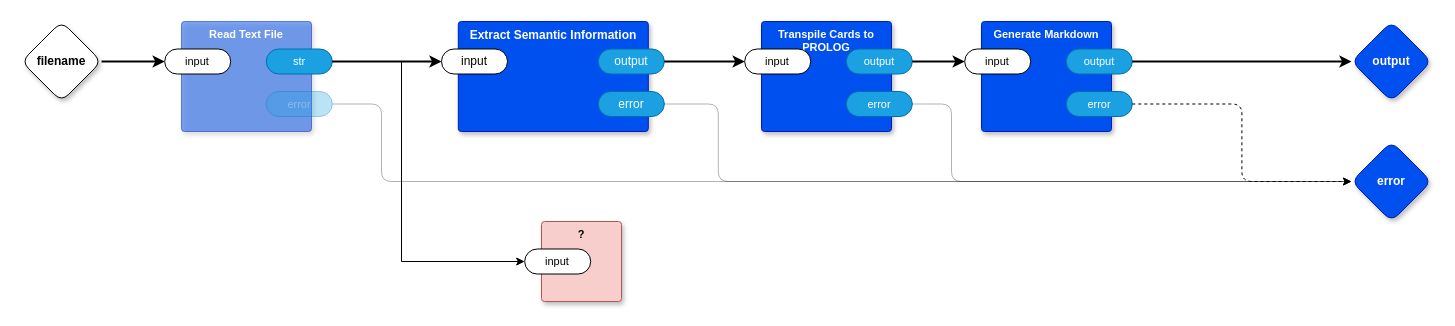
This is page "main" (1 of 11) of top.drawio from guitarvydas/kinopio2md, a draw.io file, before an edit. Source tidied: cells renumbered, new cells numbered last; positions are measured from the earlier drawing's top-left corner, leaving out a move shared by most shapes. Both pictures are drawn from the tidied source at 100%, with x=0, y=0 at pixel (21, 21).
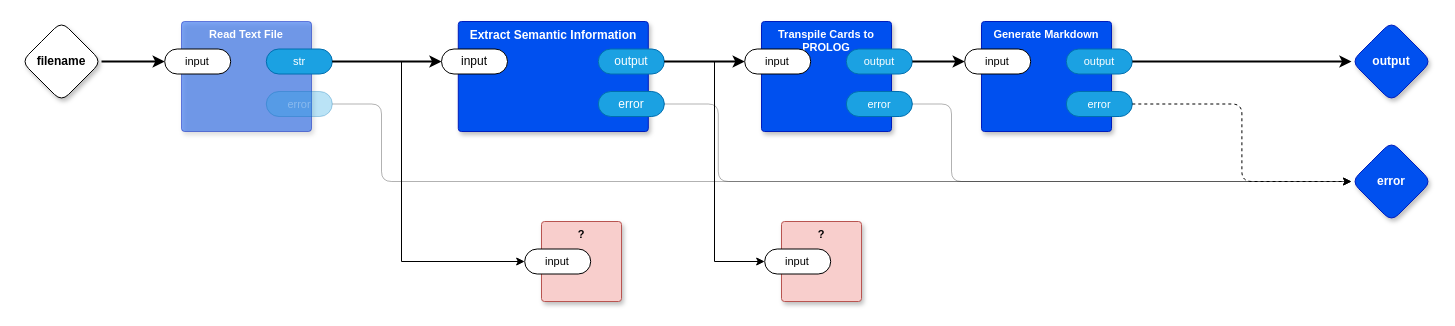
The same page after the edit.

The change refers to these unchanged cells:
```xml
<mxCell id="8" value="output" style="rounded=1;whiteSpace=wrap;html=1;sketch=0;points=[[0,0.5,0,0,0],[1,0.5,0,0,0]];fillColor=#1ba1e2;fontColor=#ffffff;strokeColor=#006EAF;arcSize=50;" parent="5" vertex="1">
  <mxGeometry x="140" y="27.5" width="66" height="25" as="geometry" />
</mxCell>
```

What changed in the source:
```diff
@@
+    <mxCell id="33" value="?" style="rounded=1;whiteSpace=wrap;html=1;sketch=0;verticalAlign=top;arcSize=6;fontStyle=1;absoluteArcSize=1;shadow=1;strokeColor=#b85450;fillColor=#f8cecc;fontFamily=Helvetica;fontSize=11;" parent="1" vertex="1">
+      <mxGeometry x="760" y="200" width="80" height="80" as="geometry" />
+    </mxCell>
+    <mxCell id="34" value="input" style="rounded=1;whiteSpace=wrap;html=1;sketch=0;points=[[0,0.5,0,0,0],[1,0.5,0,0,0]];arcSize=50;fontFamily=Helvetica;fontSize=11;fontColor=default;" parent="33" vertex="1">
+      <mxGeometry x="-16.8" y="27.5" width="66" height="25" as="geometry" />
+    </mxCell>
+    <mxCell id="35" style="edgeStyle=orthogonalEdgeStyle;rounded=0;jettySize=auto;html=1;exitX=1;exitY=0.5;exitDx=0;exitDy=0;exitPerimeter=0;entryX=0;entryY=0.5;entryDx=0;entryDy=0;entryPerimeter=0;" parent="1" edge="1" source="8" target="34">
+      <mxGeometry relative="1" as="geometry" />
+    </mxCell>
```
